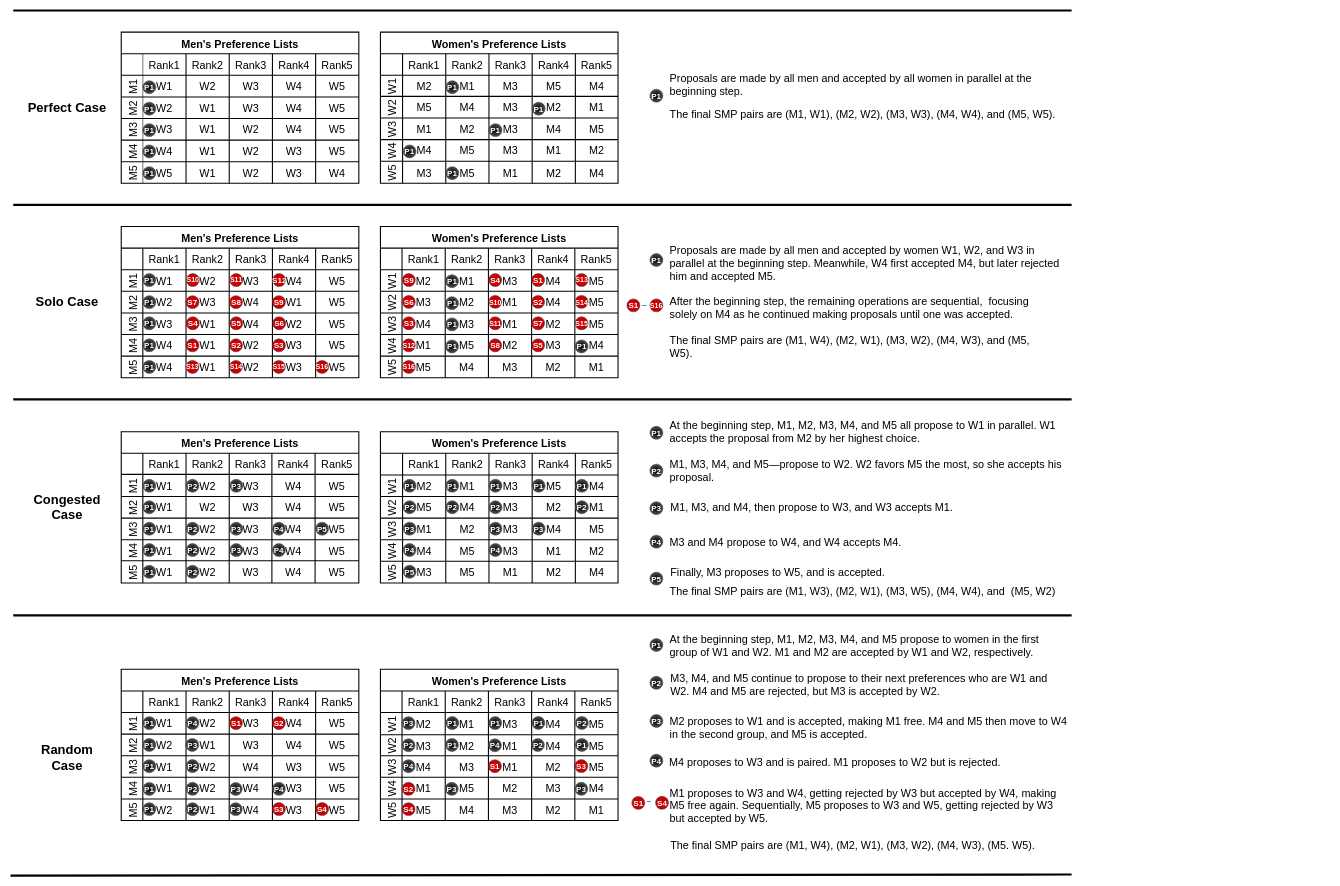
Before: MoreWorkloads.drawio in victorliu-sq/BambooSMP-Figures, a draw.io diagram. Source tidied: cells renumbered, new cells numbered last; positions are measured from the earlier drawing's top-left corner, leaving out a move shared by most shapes. Both pictures are drawn from the tidied source at 54%, with x=0, y=0 at pixel (10, 10).
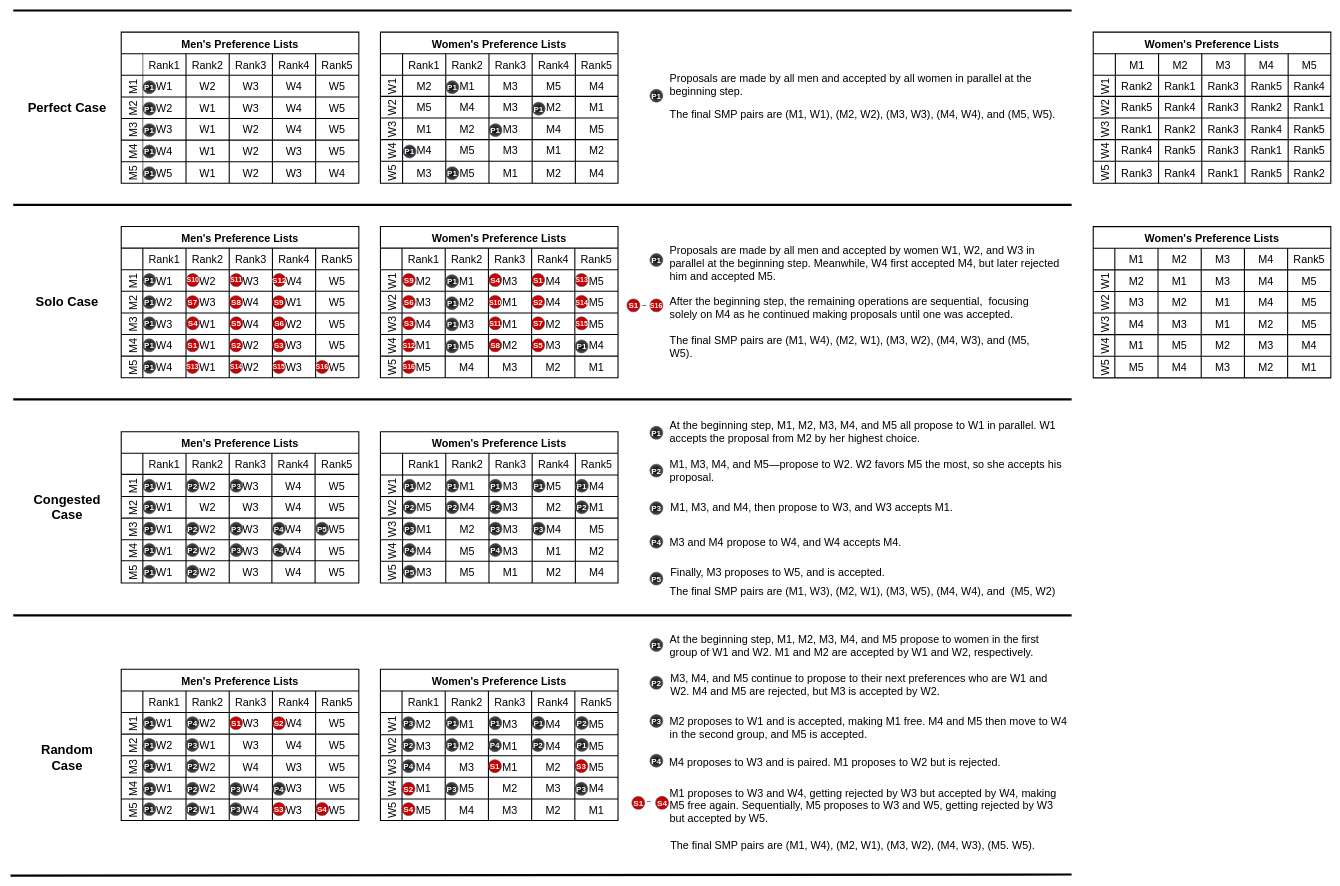
The same diagram, later.

What changed in the source:
```diff
@@
+    <mxCell id="456" value="Women's Preference Lists" style="shape=table;startSize=40;childLayout=tableLayout;resizeLastRow=0;fontStyle=1;fontSize=20;strokeWidth=2;" parent="1" vertex="1">
+      <mxGeometry x="2005" y="40" width="440" height="280" as="geometry" />
+    </mxCell>
+    <mxCell id="457" style="shape=tableRow;horizontal=0;startSize=41;swimlaneHead=0;swimlaneBody=0;strokeColor=inherit;top=0;left=0;bottom=0;right=0;fillColor=none;fontSize=20;strokeWidth=2;" parent="456" vertex="1">
+      <mxGeometry y="40" width="440" height="40" as="geometry" />
+    </mxCell>
+    <mxCell id="458" value="M1" style="shape=partialRectangle;html=1;whiteSpace=wrap;strokeColor=inherit;overflow=hidden;fillColor=none;top=0;left=0;bottom=0;right=0;fontSize=20;strokeWidth=2;" parent="457" vertex="1">
+      <mxGeometry x="41" width="80" height="40" as="geometry" />
+    </mxCell>
+    <mxCell id="459" value="M2" style="shape=partialRectangle;html=1;whiteSpace=wrap;strokeColor=inherit;overflow=hidden;fillColor=none;top=0;left=0;bottom=0;right=0;fontSize=20;strokeWidth=2;" parent="457" vertex="1">
+      <mxGeometry x="121" width="80" height="40" as="geometry" />
+    </mxCell>
+    <mxCell id="460" value="M3" style="shape=partialRectangle;html=1;whiteSpace=wrap;strokeColor=inherit;overflow=hidden;fillColor=none;top=0;left=0;bottom=0;right=0;strokeWidth=2;fontSize=20;" parent="457" vertex="1">
+      <mxGeometry x="201" width="80" height="40" as="geometry" />
+    </mxCell>
+    <mxCell id="461" value="M4" style="shape=partialRectangle;html=1;whiteSpace=wrap;strokeColor=inherit;overflow=hidden;fillColor=none;top=0;left=0;bottom=0;right=0;strokeWidth=2;fontSize=20;" parent="457" vertex="1">
+      <mxGeometry x="281" width="80" height="40" as="geometry" />
+    </mxCell>
+    <mxCell id="462" value="M5" style="shape=partialRectangle;html=1;whiteSpace=wrap;strokeColor=inherit;overflow=hidden;fillColor=none;top=0;left=0;bottom=0;right=0;strokeWidth=2;fontSize=20;" parent="457" vertex="1">
+      <mxGeometry x="361" width="79" height="40" as="geometry" />
+    </mxCell>
+    <mxCell id="463" value="W1" style="shape=tableRow;horizontal=0;startSize=41;swimlaneHead=0;swimlaneBody=0;strokeColor=inherit;top=0;left=0;bottom=0;right=0;fillColor=none;fontSize=20;strokeWidth=2;" parent="456" vertex="1">
+      <mxGeometry y="80" width="440" height="39" as="geometry" />
+    </mxCell>
+    <mxCell id="464" value="Rank2" style="shape=partialRectangle;html=1;whiteSpace=wrap;overflow=hidden;top=0;left=0;bottom=0;right=0;strokeColor=default;fillColor=none;fontSize=20;strokeWidth=2;" parent="463" vertex="1">
+      <mxGeometry x="41" width="80" height="39" as="geometry" />
+    </mxCell>
+    <mxCell id="465" value="Rank1" style="shape=partialRectangle;html=1;whiteSpace=wrap;overflow=hidden;top=0;left=0;bottom=0;right=0;fillColor=none;labelBackgroundColor=none;labelBorderColor=none;strokeColor=default;shadow=0;backgroundOutline=0;fontSize=20;strokeWidth=2;" parent="463" vertex="1">
+      <mxGeometry x="121" width="80" height="39" as="geometry" />
+    </mxCell>
+    <mxCell id="466" value="Rank3" style="shape=partialRectangle;html=1;whiteSpace=wrap;overflow=hidden;top=0;left=0;bottom=0;right=0;fillColor=none;fontSize=20;strokeWidth=2;" parent="463" vertex="1">
+      <mxGeometry x="201" width="80" height="39" as="geometry" />
+    </mxCell>
+    <mxCell id="467" value="Rank5" style="shape=partialRectangle;html=1;whiteSpace=wrap;overflow=hidden;top=0;left=0;bottom=0;right=0;fillColor=none;fontSize=20;strokeWidth=2;" parent="463" vertex="1">
+      <mxGeometry x="281" width="80" height="39" as="geometry" />
+    </mxCell>
+    <mxCell id="468" value="Rank4" style="shape=partialRectangle;html=1;whiteSpace=wrap;overflow=hidden;top=0;left=0;bottom=0;right=0;fillColor=none;fontSize=20;strokeWidth=2;" parent="463" vertex="1">
+      <mxGeometry x="361" width="79" height="39" as="geometry" />
+    </mxCell>
+    <mxCell id="469" value="W2" style="shape=tableRow;horizontal=0;startSize=41;swimlaneHead=0;swimlaneBody=0;strokeColor=inherit;top=0;left=0;bottom=0;right=0;fillColor=none;fontSize=20;strokeWidth=2;" parent="456" vertex="1">
+      <mxGeometry y="119" width="440" height="40" as="geometry" />
+    </mxCell>
+    <mxCell id="470" value="Rank5" style="shape=partialRectangle;html=1;whiteSpace=wrap;overflow=hidden;top=0;left=0;bottom=0;right=0;strokeOpacity=100;fillColor=none;fontSize=20;strokeWidth=2;" parent="469" vertex="1">
+      <mxGeometry x="41" width="80" height="40" as="geometry" />
+    </mxCell>
+    <mxCell id="471" value="Rank4" style="shape=partialRectangle;html=1;whiteSpace=wrap;strokeColor=inherit;overflow=hidden;fillColor=none;top=0;left=0;bottom=0;right=0;fontSize=20;strokeWidth=2;" parent="469" vertex="1">
+      <mxGeometry x="121" width="80" height="40" as="geometry" />
+    </mxCell>
+    <mxCell id="472" value="Rank3" style="shape=partialRectangle;html=1;whiteSpace=wrap;strokeColor=inherit;overflow=hidden;fillColor=none;top=0;left=0;bottom=0;right=0;fontSize=20;strokeWidth=2;" parent="469" vertex="1">
+      <mxGeometry x="201" width="80" height="40" as="geometry" />
+    </mxCell>
+    <mxCell id="473" value="Rank2" style="shape=partialRectangle;html=1;whiteSpace=wrap;strokeColor=inherit;overflow=hidden;fillColor=none;top=0;left=0;bottom=0;right=0;fontSize=20;strokeWidth=2;" parent="469" vertex="1">
+      <mxGeometry x="281" width="80" height="40" as="geometry" />
+    </mxCell>
+    <mxCell id="474" value="Rank1" style="shape=partialRectangle;html=1;whiteSpace=wrap;strokeColor=inherit;overflow=hidden;fillColor=none;top=0;left=0;bottom=0;right=0;fontSize=20;strokeWidth=2;" parent="469" vertex="1">
+      <mxGeometry x="361" width="79" height="40" as="geometry" />
+    </mxCell>
+    <mxCell id="475" value="W3" style="shape=tableRow;horizontal=0;startSize=41;swimlaneHead=0;swimlaneBody=0;strokeColor=inherit;top=0;left=0;bottom=0;right=0;fillColor=none;fontSize=20;strokeWidth=2;" parent="456" vertex="1">
+      <mxGeometry y="159" width="440" height="40" as="geometry" />
+    </mxCell>
+    <mxCell id="476" value="Rank1" style="shape=partialRectangle;html=1;whiteSpace=wrap;overflow=hidden;top=0;left=0;bottom=0;right=0;fillColor=none;fontSize=20;strokeWidth=2;" parent="475" vertex="1">
+      <mxGeometry x="41" width="80" height="40" as="geometry" />
+    </mxCell>
+    <mxCell id="477" value="Rank2" style="shape=partialRectangle;html=1;whiteSpace=wrap;overflow=hidden;top=0;left=0;bottom=0;right=0;fillColor=none;fontSize=20;strokeWidth=2;" parent="475" vertex="1">
+      <mxGeometry x="121" width="80" height="40" as="geometry" />
+    </mxCell>
+    <mxCell id="478" value="Rank3" style="shape=partialRectangle;html=1;whiteSpace=wrap;strokeColor=inherit;overflow=hidden;fillColor=none;top=0;left=0;bottom=0;right=0;fontSize=20;strokeWidth=2;" parent="475" vertex="1">
+      <mxGeometry x="201" width="80" height="40" as="geometry" />
+    </mxCell>
+    <mxCell id="479" value="Rank4" style="shape=partialRectangle;html=1;whiteSpace=wrap;strokeColor=inherit;overflow=hidden;fillColor=none;top=0;left=0;bottom=0;right=0;fontSize=20;strokeWidth=2;" parent="475" vertex="1">
+      <mxGeometry x="281" width="80" height="40" as="geometry" />
+    </mxCell>
+    <mxCell id="480" value="Rank5" style="shape=partialRectangle;html=1;whiteSpace=wrap;strokeColor=inherit;overflow=hidden;fillColor=none;top=0;left=0;bottom=0;right=0;fontSize=20;strokeWidth=2;" parent="475" vertex="1">
+      <mxGeometry x="361" width="79" height="40" as="geometry" />
+    </mxCell>
+    <mxCell id="481" value="W4" style="shape=tableRow;horizontal=0;startSize=41;swimlaneHead=0;swimlaneBody=0;strokeColor=inherit;top=0;left=0;bottom=0;right=0;fillColor=none;fontSize=20;strokeWidth=2;" parent="456" vertex="1">
+      <mxGeometry y="199" width="440" height="40" as="geometry" />
+    </mxCell>
+    <mxCell id="482" value="Rank4" style="shape=partialRectangle;html=1;whiteSpace=wrap;overflow=hidden;top=0;left=0;bottom=0;right=0;fillColor=none;fontSize=20;strokeWidth=2;" parent="481" vertex="1">
+      <mxGeometry x="41" width="80" height="40" as="geometry" />
+    </mxCell>
+    <mxCell id="483" value="Rank5" style="shape=partialRectangle;html=1;whiteSpace=wrap;overflow=hidden;top=0;left=0;bottom=0;right=0;fillColor=none;fontSize=20;strokeWidth=2;" parent="481" vertex="1">
+      <mxGeometry x="121" width="80" height="40" as="geometry" />
+    </mxCell>
+    <mxCell id="484" value="Rank3" style="shape=partialRectangle;html=1;whiteSpace=wrap;strokeColor=inherit;overflow=hidden;fillColor=none;top=0;left=0;bottom=0;right=0;fontSize=20;strokeWidth=2;" parent="481" vertex="1">
+      <mxGeometry x="201" width="80" height="40" as="geometry" />
+    </mxCell>
+    <mxCell id="485" value="Rank1" style="shape=partialRectangle;html=1;whiteSpace=wrap;strokeColor=inherit;overflow=hidden;fillColor=none;top=0;left=0;bottom=0;right=0;fontSize=20;strokeWidth=2;" parent="481" vertex="1">
+      <mxGeometry x="281" width="80" height="40" as="geometry" />
+    </mxCell>
+    <mxCell id="486" value="Rank5" style="shape=partialRectangle;html=1;whiteSpace=wrap;strokeColor=inherit;overflow=hidden;fillColor=none;top=0;left=0;bottom=0;right=0;fontSize=20;strokeWidth=2;" parent="481" vertex="1">
+      <mxGeometry x="361" width="79" height="40" as="geometry" />
+    </mxCell>
+    <mxCell id="487" value="W5" style="shape=tableRow;horizontal=0;startSize=41;swimlaneHead=0;swimlaneBody=0;strokeColor=inherit;top=0;left=0;bottom=0;right=0;fillColor=none;fontSize=20;strokeWidth=2;" parent="456" vertex="1">
+      <mxGeometry y="239" width="440" height="41" as="geometry" />
+    </mxCell>
+    <mxCell id="488" value="Rank3" style="shape=partialRectangle;html=1;whiteSpace=wrap;overflow=hidden;top=0;left=0;bottom=0;right=0;fillColor=none;fontSize=20;strokeWidth=2;" parent="487" vertex="1">
+      <mxGeometry x="41" width="80" height="41" as="geometry" />
+    </mxCell>
+    <mxCell id="489" value="Rank4" style="shape=partialRectangle;html=1;whiteSpace=wrap;overflow=hidden;top=0;left=0;bottom=0;right=0;fillColor=none;fontSize=20;strokeWidth=2;" parent="487" vertex="1">
+      <mxGeometry x="121" width="80" height="41" as="geometry" />
+    </mxCell>
+    <mxCell id="490" value="Rank1" style="shape=partialRectangle;html=1;whiteSpace=wrap;strokeColor=inherit;overflow=hidden;fillColor=none;top=0;left=0;bottom=0;right=0;fontSize=20;strokeWidth=2;" parent="487" vertex="1">
+      <mxGeometry x="201" width="80" height="41" as="geometry" />
+    </mxCell>
+    <mxCell id="491" value="Rank5" style="shape=partialRectangle;html=1;whiteSpace=wrap;strokeColor=inherit;overflow=hidden;fillColor=none;top=0;left=0;bottom=0;right=0;fontSize=20;strokeWidth=2;" parent="487" vertex="1">
+      <mxGeometry x="281" width="80" height="41" as="geometry" />
+    </mxCell>
+    <mxCell id="492" value="Rank2" style="shape=partialRectangle;html=1;whiteSpace=wrap;strokeColor=inherit;overflow=hidden;fillColor=none;top=0;left=0;bottom=0;right=0;fontSize=20;strokeWidth=2;" parent="487" vertex="1">
+      <mxGeometry x="361" width="79" height="41" as="geometry" />
+    </mxCell>
+    <mxCell id="493" value="Women's Preference Lists" style="shape=table;startSize=40;childLayout=tableLayout;resizeLastRow=0;fontStyle=1;fontSize=20;strokeWidth=2;" parent="1" vertex="1">
+      <mxGeometry x="2005" y="400.2" width="440" height="280" as="geometry" />
+    </mxCell>
+    <mxCell id="494" style="shape=tableRow;horizontal=0;startSize=40;swimlaneHead=0;swimlaneBody=0;strokeColor=inherit;top=0;left=0;bottom=0;right=0;fillColor=none;fontSize=20;strokeWidth=2;" parent="493" vertex="1">
+      <mxGeometry y="40" width="440" height="40" as="geometry" />
+    </mxCell>
+    <mxCell id="495" value="M1" style="shape=partialRectangle;html=1;whiteSpace=wrap;strokeColor=inherit;overflow=hidden;fillColor=none;top=0;left=0;bottom=0;right=0;fontSize=20;strokeWidth=2;" parent="494" vertex="1">
+      <mxGeometry x="40" width="80" height="40" as="geometry" />
+    </mxCell>
+    <mxCell id="496" value="M2" style="shape=partialRectangle;html=1;whiteSpace=wrap;strokeColor=inherit;overflow=hidden;fillColor=none;top=0;left=0;bottom=0;right=0;fontSize=20;strokeWidth=2;" parent="494" vertex="1">
+      <mxGeometry x="120" width="80" height="40" as="geometry" />
+    </mxCell>
+    <mxCell id="497" value="M3" style="shape=partialRectangle;html=1;whiteSpace=wrap;strokeColor=inherit;overflow=hidden;fillColor=none;top=0;left=0;bottom=0;right=0;strokeWidth=2;fontSize=20;" parent="494" vertex="1">
+      <mxGeometry x="200" width="80" height="40" as="geometry" />
+    </mxCell>
+    <mxCell id="498" value="M4" style="shape=partialRectangle;html=1;whiteSpace=wrap;strokeColor=inherit;overflow=hidden;fillColor=none;top=0;left=0;bottom=0;right=0;strokeWidth=2;fontSize=20;" parent="494" vertex="1">
+      <mxGeometry x="280" width="80" height="40" as="geometry" />
+    </mxCell>
+    <mxCell id="499" value="Rank5" style="shape=partialRectangle;html=1;whiteSpace=wrap;strokeColor=inherit;overflow=hidden;fillColor=none;top=0;left=0;bottom=0;right=0;strokeWidth=2;fontSize=20;" parent="494" vertex="1">
+      <mxGeometry x="360" width="80" height="40" as="geometry" />
+    </mxCell>
+    <mxCell id="500" value="W1" style="shape=tableRow;horizontal=0;startSize=40;swimlaneHead=0;swimlaneBody=0;strokeColor=inherit;top=0;left=0;bottom=0;right=0;fillColor=none;fontSize=20;strokeWidth=2;" parent="493" vertex="1">
+      <mxGeometry y="80" width="440" height="40" as="geometry" />
+    </mxCell>
+    <mxCell id="501" value="M2" style="shape=partialRectangle;html=1;whiteSpace=wrap;overflow=hidden;top=0;left=0;bottom=0;right=0;strokeColor=default;fillColor=none;fontSize=20;strokeWidth=2;" parent="500" vertex="1">
+      <mxGeometry x="40" width="80" height="40" as="geometry" />
+    </mxCell>
+    <mxCell id="502" value="M1" style="shape=partialRectangle;html=1;whiteSpace=wrap;overflow=hidden;top=0;left=0;bottom=0;right=0;fillColor=none;labelBackgroundColor=none;labelBorderColor=none;strokeColor=default;shadow=0;backgroundOutline=0;fontSize=20;strokeWidth=2;" parent="500" vertex="1">
+      <mxGeometry x="120" width="80" height="40" as="geometry" />
+    </mxCell>
+    <mxCell id="503" value="M3" style="shape=partialRectangle;html=1;whiteSpace=wrap;overflow=hidden;top=0;left=0;bottom=0;right=0;fillColor=none;fontSize=20;strokeWidth=2;" parent="500" vertex="1">
+      <mxGeometry x="200" width="80" height="40" as="geometry" />
+    </mxCell>
+    <mxCell id="504" value="M4" style="shape=partialRectangle;html=1;whiteSpace=wrap;overflow=hidden;top=0;left=0;bottom=0;right=0;fillColor=none;fontSize=20;strokeWidth=2;" parent="500" vertex="1">
+      <mxGeometry x="280" width="80" height="40" as="geometry" />
+    </mxCell>
+    <mxCell id="505" value="M5" style="shape=partialRectangle;html=1;whiteSpace=wrap;overflow=hidden;top=0;left=0;bottom=0;right=0;fillColor=none;fontSize=20;strokeWidth=2;" parent="500" vertex="1">
+      <mxGeometry x="360" width="80" height="40" as="geometry" />
+    </mxCell>
+    <mxCell id="506" value="W2" style="shape=tableRow;horizontal=0;startSize=40;swimlaneHead=0;swimlaneBody=0;strokeColor=inherit;top=0;left=0;bottom=0;right=0;fillColor=none;fontSize=20;strokeWidth=2;" parent="493" vertex="1">
+      <mxGeometry y="120" width="440" height="40" as="geometry" />
+    </mxCell>
+    <mxCell id="507" value="M3" style="shape=partialRectangle;html=1;whiteSpace=wrap;overflow=hidden;top=0;left=0;bottom=0;right=0;strokeOpacity=100;fillColor=none;fontSize=20;strokeWidth=2;" parent="506" vertex="1">
+      <mxGeometry x="40" width="80" height="40" as="geometry" />
+    </mxCell>
+    <mxCell id="508" value="M2" style="shape=partialRectangle;html=1;whiteSpace=wrap;strokeColor=inherit;overflow=hidden;fillColor=none;top=0;left=0;bottom=0;right=0;fontSize=20;strokeWidth=2;" parent="506" vertex="1">
+      <mxGeometry x="120" width="80" height="40" as="geometry" />
+    </mxCell>
+    <mxCell id="509" value="M1" style="shape=partialRectangle;html=1;whiteSpace=wrap;strokeColor=inherit;overflow=hidden;fillColor=none;top=0;left=0;bottom=0;right=0;fontSize=20;strokeWidth=2;" parent="506" vertex="1">
+      <mxGeometry x="200" width="80" height="40" as="geometry" />
+    </mxCell>
+    <mxCell id="510" value="M4" style="shape=partialRectangle;html=1;whiteSpace=wrap;strokeColor=inherit;overflow=hidden;fillColor=none;top=0;left=0;bottom=0;right=0;fontSize=20;strokeWidth=2;" parent="506" vertex="1">
+      <mxGeometry x="280" width="80" height="40" as="geometry" />
+    </mxCell>
+    <mxCell id="511" value="M5" style="shape=partialRectangle;html=1;whiteSpace=wrap;strokeColor=inherit;overflow=hidden;fillColor=none;top=0;left=0;bottom=0;right=0;fontSize=20;strokeWidth=2;" parent="506" vertex="1">
+      <mxGeometry x="360" width="80" height="40" as="geometry" />
+    </mxCell>
+    <mxCell id="512" value="W3" style="shape=tableRow;horizontal=0;startSize=40;swimlaneHead=0;swimlaneBody=0;strokeColor=inherit;top=0;left=0;bottom=0;right=0;fillColor=none;fontSize=20;strokeWidth=2;" parent="493" vertex="1">
+      <mxGeometry y="160" width="440" height="40" as="geometry" />
+    </mxCell>
+    <mxCell id="513" value="M4" style="shape=partialRectangle;html=1;whiteSpace=wrap;overflow=hidden;top=0;left=0;bottom=0;right=0;fillColor=none;fontSize=20;strokeWidth=2;" parent="512" vertex="1">
+      <mxGeometry x="40" width="80" height="40" as="geometry" />
+    </mxCell>
+    <mxCell id="514" value="M3" style="shape=partialRectangle;html=1;whiteSpace=wrap;overflow=hidden;top=0;left=0;bottom=0;right=0;fillColor=none;fontSize=20;strokeWidth=2;" parent="512" vertex="1">
+      <mxGeometry x="120" width="80" height="40" as="geometry" />
+    </mxCell>
+    <mxCell id="515" value="M1" style="shape=partialRectangle;html=1;whiteSpace=wrap;strokeColor=inherit;overflow=hidden;fillColor=none;top=0;left=0;bottom=0;right=0;fontSize=20;strokeWidth=2;" parent="512" vertex="1">
+      <mxGeometry x="200" width="80" height="40" as="geometry" />
+    </mxCell>
+    <mxCell id="516" value="M2" style="shape=partialRectangle;html=1;whiteSpace=wrap;strokeColor=inherit;overflow=hidden;fillColor=none;top=0;left=0;bottom=0;right=0;fontSize=20;strokeWidth=2;" parent="512" vertex="1">
+      <mxGeometry x="280" width="80" height="40" as="geometry" />
+    </mxCell>
+    <mxCell id="517" value="M5" style="shape=partialRectangle;html=1;whiteSpace=wrap;strokeColor=inherit;overflow=hidden;fillColor=none;top=0;left=0;bottom=0;right=0;fontSize=20;strokeWidth=2;" parent="512" vertex="1">
+      <mxGeometry x="360" width="80" height="40" as="geometry" />
+    </mxCell>
+    <mxCell id="518" value="W4" style="shape=tableRow;horizontal=0;startSize=40;swimlaneHead=0;swimlaneBody=0;strokeColor=inherit;top=0;left=0;bottom=0;right=0;fillColor=none;fontSize=20;strokeWidth=2;" parent="493" vertex="1">
+      <mxGeometry y="200" width="440" height="40" as="geometry" />
+    </mxCell>
+    <mxCell id="519" value="M1" style="shape=partialRectangle;html=1;whiteSpace=wrap;overflow=hidden;top=0;left=0;bottom=0;right=0;fillColor=none;fontSize=20;strokeWidth=2;" parent="518" vertex="1">
+      <mxGeometry x="40" width="80" height="40" as="geometry" />
+    </mxCell>
+    <mxCell id="520" value="M5" style="shape=partialRectangle;html=1;whiteSpace=wrap;overflow=hidden;top=0;left=0;bottom=0;right=0;fillColor=none;fontSize=20;strokeWidth=2;" parent="518" vertex="1">
+      <mxGeometry x="120" width="80" height="40" as="geometry" />
+    </mxCell>
+    <mxCell id="521" value="M2" style="shape=partialRectangle;html=1;whiteSpace=wrap;strokeColor=inherit;overflow=hidden;fillColor=none;top=0;left=0;bottom=0;right=0;fontSize=20;strokeWidth=2;" parent="518" vertex="1">
+      <mxGeometry x="200" width="80" height="40" as="geometry" />
+    </mxCell>
+    <mxCell id="522" value="M3" style="shape=partialRectangle;html=1;whiteSpace=wrap;strokeColor=inherit;overflow=hidden;fillColor=none;top=0;left=0;bottom=0;right=0;fontSize=20;strokeWidth=2;" parent="518" vertex="1">
+      <mxGeometry x="280" width="80" height="40" as="geometry" />
+    </mxCell>
+    <mxCell id="523" value="M4" style="shape=partialRectangle;html=1;whiteSpace=wrap;strokeColor=inherit;overflow=hidden;fillColor=none;top=0;left=0;bottom=0;right=0;fontSize=20;strokeWidth=2;" parent="518" vertex="1">
+      <mxGeometry x="360" width="80" height="40" as="geometry" />
+    </mxCell>
+    <mxCell id="524" value="W5" style="shape=tableRow;horizontal=0;startSize=40;swimlaneHead=0;swimlaneBody=0;strokeColor=inherit;top=0;left=0;bottom=0;right=0;fillColor=none;fontSize=20;strokeWidth=2;" parent="493" vertex="1">
+      <mxGeometry y="240" width="440" height="40" as="geometry" />
+    </mxCell>
+    <mxCell id="525" value="M5" style="shape=partialRectangle;html=1;whiteSpace=wrap;overflow=hidden;top=0;left=0;bottom=0;right=0;fillColor=none;fontSize=20;strokeWidth=2;" parent="524" vertex="1">
+      <mxGeometry x="40" width="80" height="40" as="geometry" />
+    </mxCell>
+    <mxCell id="526" value="M4" style="shape=partialRectangle;html=1;whiteSpace=wrap;overflow=hidden;top=0;left=0;bottom=0;right=0;fillColor=none;fontSize=20;strokeWidth=2;" parent="524" vertex="1">
+      <mxGeometry x="120" width="80" height="40" as="geometry" />
+    </mxCell>
+    <mxCell id="527" value="M3" style="shape=partialRectangle;html=1;whiteSpace=wrap;strokeColor=inherit;overflow=hidden;fillColor=none;top=0;left=0;bottom=0;right=0;fontSize=20;strokeWidth=2;" parent="524" vertex="1">
+      <mxGeometry x="200" width="80" height="40" as="geometry" />
+    </mxCell>
+    <mxCell id="528" value="M2" style="shape=partialRectangle;html=1;whiteSpace=wrap;strokeColor=inherit;overflow=hidden;fillColor=none;top=0;left=0;bottom=0;right=0;fontSize=20;strokeWidth=2;" parent="524" vertex="1">
+      <mxGeometry x="280" width="80" height="40" as="geometry" />
+    </mxCell>
+    <mxCell id="529" value="M1" style="shape=partialRectangle;html=1;whiteSpace=wrap;strokeColor=inherit;overflow=hidden;fillColor=none;top=0;left=0;bottom=0;right=0;fontSize=20;strokeWidth=2;" parent="524" vertex="1">
+      <mxGeometry x="360" width="80" height="40" as="geometry" />
+    </mxCell>
```
